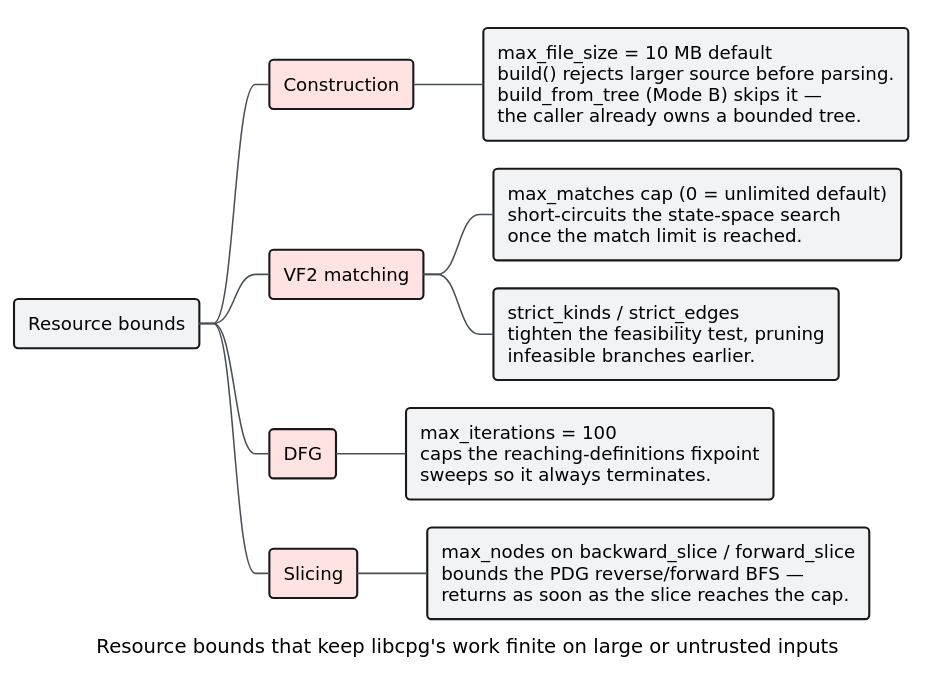
The PlantUML diagram docs/diagrams/resource-bounds.svg in vinary-tree/libcpg, before a commit. Its source is kept beside it as docs/diagrams/resource-bounds.puml. Source of this version:
```plantuml
@startmindmap
!include _libcpg-theme.iuml
caption Resource bounds that keep libcpg's work finite on large or untrusted inputs

*[#F1F3F5] Resource bounds
**[#FFE3E3] Construction
***[#F1F3F5]:max_file_size = 10 MB default
build() rejects larger source before parsing.
build_from_tree (Mode B) skips it —
the caller already owns a bounded tree.;
**[#FFE3E3] VF2 matching
***[#F1F3F5]:max_matches cap (0 = unlimited default)
short-circuits the state-space search
once the match limit is reached.;
***[#F1F3F5]:strict_kinds / strict_edges
tighten the feasibility test, pruning
infeasible branches earlier.;
**[#FFE3E3] DFG
***[#F1F3F5]:max_iterations = 100
caps the reaching-definitions fixpoint
sweeps so it always terminates.;
**[#FFE3E3] Slicing
***[#F1F3F5]:max_nodes on backward_slice / forward_slice
bounds the PDG reverse/forward BFS —
returns as soon as the slice reaches the cap.;
@endmindmap
```
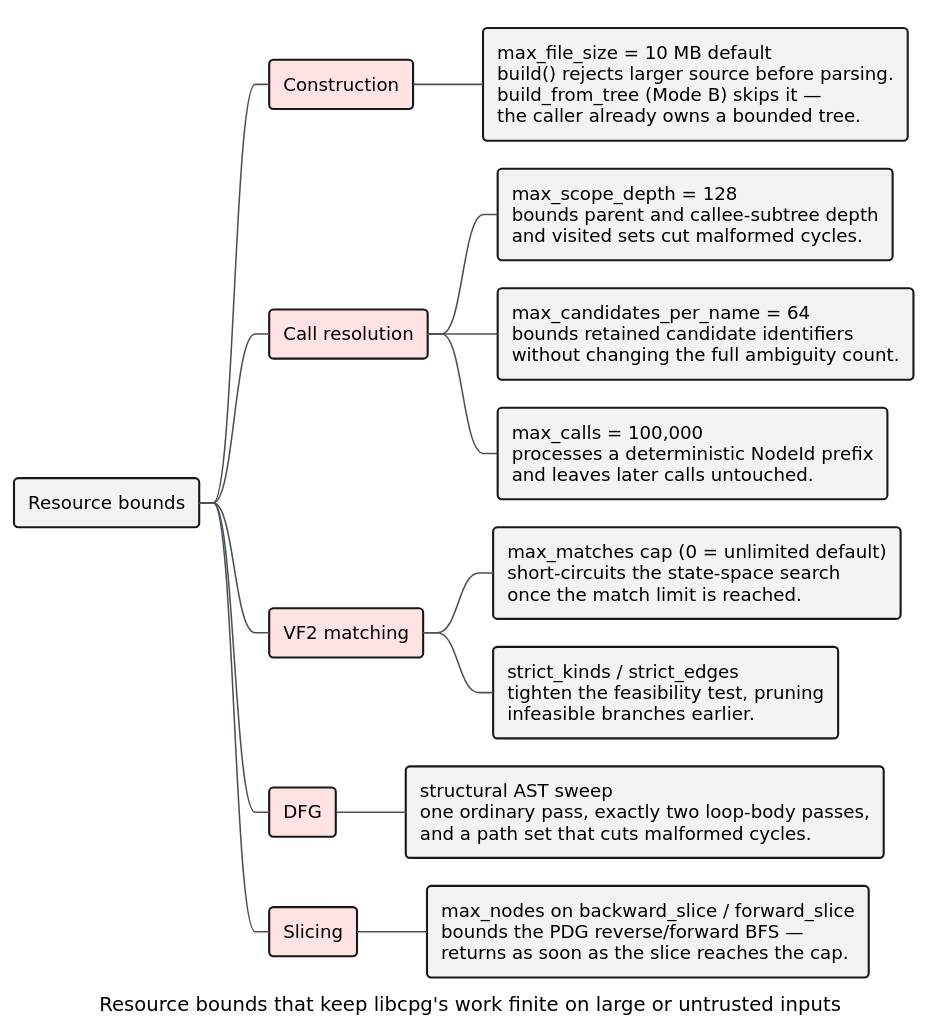
After the change.

Change to the diagram source:
```diff
@@ -8,6 +8,16 @@
 build() rejects larger source before parsing.
 build_from_tree (Mode B) skips it —
 the caller already owns a bounded tree.;
+**[#FFE3E3] Call resolution
+***[#F1F3F5]:max_scope_depth = 128
+bounds parent and callee-subtree depth
+and visited sets cut malformed cycles.;
+***[#F1F3F5]:max_candidates_per_name = 64
+bounds retained candidate identifiers
+without changing the full ambiguity count.;
+***[#F1F3F5]:max_calls = 100,000
+processes a deterministic NodeId prefix
+and leaves later calls untouched.;
 **[#FFE3E3] VF2 matching
 ***[#F1F3F5]:max_matches cap (0 = unlimited default)
 short-circuits the state-space search
@@ -16,9 +26,9 @@
 tighten the feasibility test, pruning
 infeasible branches earlier.;
 **[#FFE3E3] DFG
-***[#F1F3F5]:max_iterations = 100
-caps the reaching-definitions fixpoint
-sweeps so it always terminates.;
+***[#F1F3F5]:structural AST sweep
+one ordinary pass, exactly two loop-body passes,
+and a path set that cuts malformed cycles.;
 **[#FFE3E3] Slicing
 ***[#F1F3F5]:max_nodes on backward_slice / forward_slice
 bounds the PDG reverse/forward BFS —
```
